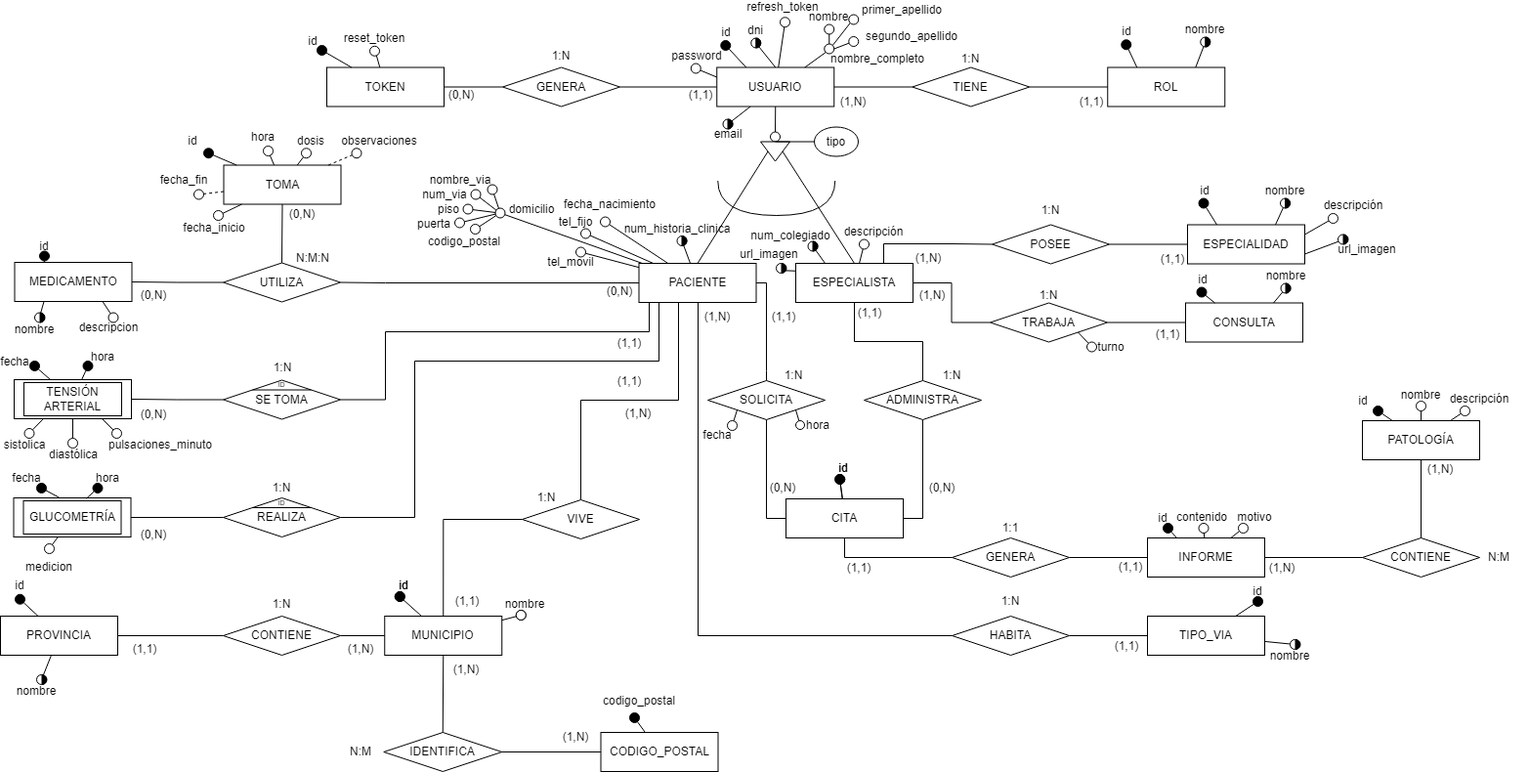
Above: database/Diagrama de Chen.png in BertoMP/app-fin-ciclo (draw.io), before the change. Source tidied: cells renumbered, new cells last; positions are measured from the earlier drawing's top-left corner, leaving out a move shared by most shapes.
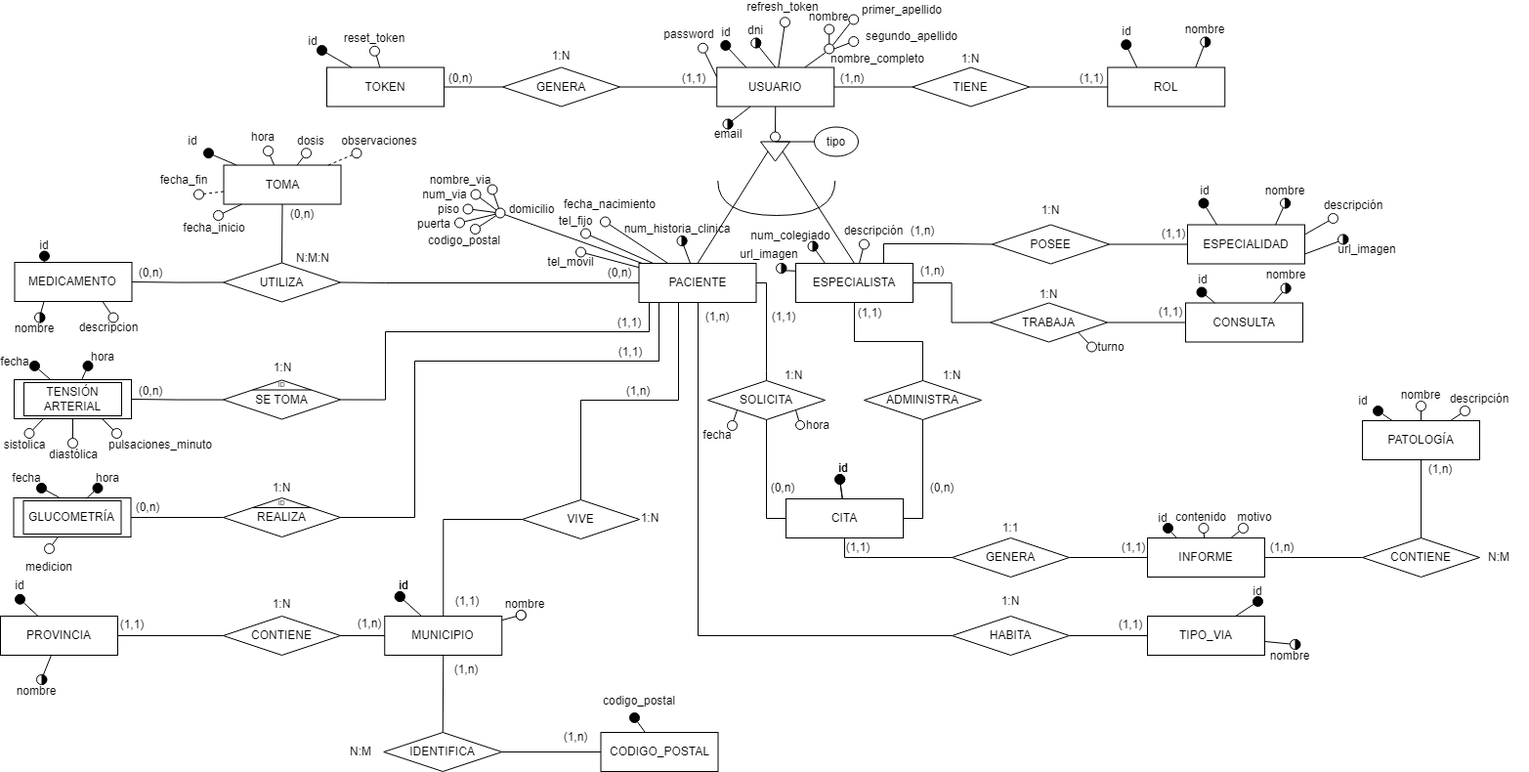
The same file after the commit.

Change to the diagram source:
```diff
@@ -98,11 +98,11 @@
     <mxCell id="33" value="nombre" style="text;html=1;align=center;verticalAlign=middle;whiteSpace=wrap;rounded=0;" parent="1" vertex="1">
       <mxGeometry x="1223.2" y="23.5" width="20" height="10" as="geometry" />
     </mxCell>
-    <mxCell id="34" value="(1,N)" style="text;html=1;align=center;verticalAlign=middle;whiteSpace=wrap;rounded=0;" parent="1" vertex="1">
-      <mxGeometry x="843.2" y="87.5" width="60" height="30" as="geometry" />
+    <mxCell id="34" value="(1,n)" style="text;html=1;align=center;verticalAlign=middle;whiteSpace=wrap;rounded=0;" parent="1" vertex="1">
+      <mxGeometry x="841.5" y="63.5" width="60" height="30" as="geometry" />
     </mxCell>
     <mxCell id="35" value="(1,1)" style="text;html=1;align=center;verticalAlign=middle;whiteSpace=wrap;rounded=0;" parent="1" vertex="1">
-      <mxGeometry x="1087.2" y="87.5" width="60" height="30" as="geometry" />
+      <mxGeometry x="1087" y="63.5" width="60" height="30" as="geometry" />
     </mxCell>
     <mxCell id="36" value="1:N" style="text;html=1;align=center;verticalAlign=middle;whiteSpace=wrap;rounded=0;" parent="1" vertex="1">
       <mxGeometry x="963.2" y="43.5" width="60" height="30" as="geometry" />
@@ -223,10 +223,10 @@
       <mxGeometry x="1222.5" y="188.5" width="20" height="10" as="geometry" />
     </mxCell>
     <mxCell id="62" value="(1,1)" style="text;html=1;align=center;verticalAlign=middle;whiteSpace=wrap;rounded=0;" parent="1" vertex="1">
-      <mxGeometry x="1170" y="248.5" width="60" height="30" as="geometry" />
+      <mxGeometry x="1170.8" y="223" width="60" height="30" as="geometry" />
     </mxCell>
-    <mxCell id="63" value="(1,N)" style="text;html=1;align=center;verticalAlign=middle;whiteSpace=wrap;rounded=0;" parent="1" vertex="1">
-      <mxGeometry x="920" y="248" width="60" height="30" as="geometry" />
+    <mxCell id="63" value="(1,n)" style="text;html=1;align=center;verticalAlign=middle;whiteSpace=wrap;rounded=0;" parent="1" vertex="1">
+      <mxGeometry x="914" y="220.5" width="60" height="30" as="geometry" />
     </mxCell>
     <mxCell id="64" value="1:N" style="text;html=1;align=center;verticalAlign=middle;whiteSpace=wrap;rounded=0;" parent="1" vertex="1">
       <mxGeometry x="1045" y="198.5" width="60" height="30" as="geometry" />
@@ -265,10 +265,10 @@
       <mxGeometry relative="1" as="geometry" />
     </mxCell>
     <mxCell id="76" style="ellipse;whiteSpace=wrap;html=1;" parent="1" vertex="1">
-      <mxGeometry x="706.8" y="63.5" width="10" height="10" as="geometry" />
+      <mxGeometry x="714" y="42.8" width="10" height="10" as="geometry" />
     </mxCell>
     <mxCell id="77" value="password" style="text;html=1;align=center;verticalAlign=middle;whiteSpace=wrap;rounded=0;" parent="1" vertex="1">
-      <mxGeometry x="702.8" y="50.5" width="20" height="10" as="geometry" />
+      <mxGeometry x="695" y="29" width="20" height="10" as="geometry" />
     </mxCell>
     <mxCell id="78" style="endArrow=none;html=1;rounded=0;entryX=0.5;entryY=0;entryDx=0;entryDy=0;entryPerimeter=0;" parent="1" edge="1" source="3" target="80">
       <mxGeometry relative="1" as="geometry" />
@@ -408,11 +408,11 @@
     <mxCell id="123" value="1:N" style="text;html=1;align=center;verticalAlign=middle;whiteSpace=wrap;rounded=0;" parent="1" vertex="1">
       <mxGeometry x="1043" y="285.5" width="60" height="30" as="geometry" />
     </mxCell>
-    <mxCell id="124" value="(1,N)" style="text;html=1;align=center;verticalAlign=middle;whiteSpace=wrap;rounded=0;" parent="1" vertex="1">
-      <mxGeometry x="924" y="285.5" width="60" height="30" as="geometry" />
+    <mxCell id="124" value="(1,n)" style="text;html=1;align=center;verticalAlign=middle;whiteSpace=wrap;rounded=0;" parent="1" vertex="1">
+      <mxGeometry x="924" y="261" width="60" height="30" as="geometry" />
     </mxCell>
     <mxCell id="125" value="(1,1)" style="text;html=1;align=center;verticalAlign=middle;whiteSpace=wrap;rounded=0;" parent="1" vertex="1">
-      <mxGeometry x="1164.5" y="326" width="60" height="30" as="geometry" />
+      <mxGeometry x="1168.2" y="302.5" width="60" height="30" as="geometry" />
     </mxCell>
     <mxCell id="126" style="endArrow=none;html=1;rounded=0;exitX=0.25;exitY=0;exitDx=0;exitDy=0;" parent="1" edge="1" source="120" target="127">
       <mxGeometry relative="1" as="geometry" />
@@ -464,7 +464,7 @@
         <mxPoint x="933.9" y="498" as="targetPoint" />
       </mxGeometry>
     </mxCell>
-    <mxCell id="142" value="(0,N)" style="text;html=1;align=center;verticalAlign=middle;whiteSpace=wrap;rounded=0;" parent="1" vertex="1">
+    <mxCell id="142" value="(0,n)" style="text;html=1;align=center;verticalAlign=middle;whiteSpace=wrap;rounded=0;" parent="1" vertex="1">
       <mxGeometry x="934" y="483" width="60" height="30" as="geometry" />
     </mxCell>
     <mxCell id="143" value="1:N" style="text;html=1;align=center;verticalAlign=middle;whiteSpace=wrap;rounded=0;" parent="1" vertex="1">
@@ -479,7 +479,7 @@
     <mxCell id="146" value="(1,1)" style="text;html=1;align=center;verticalAlign=middle;whiteSpace=wrap;rounded=0;" parent="1" vertex="1">
       <mxGeometry x="772" y="308" width="60" height="30" as="geometry" />
     </mxCell>
-    <mxCell id="147" value="(0,N)" style="text;html=1;align=center;verticalAlign=middle;whiteSpace=wrap;rounded=0;" parent="1" vertex="1">
+    <mxCell id="147" value="(0,n)" style="text;html=1;align=center;verticalAlign=middle;whiteSpace=wrap;rounded=0;" parent="1" vertex="1">
       <mxGeometry x="770.8" y="483" width="60" height="30" as="geometry" />
     </mxCell>
     <mxCell id="148" value="1:N" style="text;html=1;align=center;verticalAlign=middle;whiteSpace=wrap;rounded=0;" parent="1" vertex="1">
@@ -522,10 +522,10 @@
       <mxGeometry x="1174" y="549" width="120" height="40" as="geometry" />
     </mxCell>
     <mxCell id="161" value="(1,1)" style="text;html=1;align=center;verticalAlign=middle;whiteSpace=wrap;rounded=0;" parent="1" vertex="1">
-      <mxGeometry x="849" y="565" width="60" height="30" as="geometry" />
+      <mxGeometry x="848.2" y="544" width="60" height="30" as="geometry" />
     </mxCell>
     <mxCell id="162" value="(1,1)" style="text;html=1;align=center;verticalAlign=middle;whiteSpace=wrap;rounded=0;" parent="1" vertex="1">
-      <mxGeometry x="1127" y="564" width="60" height="30" as="geometry" />
+      <mxGeometry x="1130" y="544" width="60" height="30" as="geometry" />
     </mxCell>
     <mxCell id="163" value="1:1" style="text;html=1;align=center;verticalAlign=middle;whiteSpace=wrap;rounded=0;" parent="1" vertex="1">
       <mxGeometry x="1004" y="524" width="60" height="30" as="geometry" />
@@ -566,29 +566,29 @@
     <mxCell id="175" value="MEDICAMENTO" style="rounded=0;whiteSpace=wrap;html=1;" parent="1" vertex="1">
       <mxGeometry x="14.5" y="267" width="120" height="40" as="geometry" />
     </mxCell>
-    <mxCell id="176" value="(0,N)" style="text;html=1;align=center;verticalAlign=middle;whiteSpace=wrap;rounded=0;" parent="1" vertex="1">
-      <mxGeometry x="127" y="530.5" width="60" height="30" as="geometry" />
+    <mxCell id="176" value="(0,n)" style="text;html=1;align=center;verticalAlign=middle;whiteSpace=wrap;rounded=0;" parent="1" vertex="1">
+      <mxGeometry x="120.5" y="503" width="60" height="30" as="geometry" />
     </mxCell>
     <mxCell id="177" value="(1,1)" style="text;html=1;align=center;verticalAlign=middle;whiteSpace=wrap;rounded=0;" parent="1" vertex="1">
-      <mxGeometry x="614" y="374" width="60" height="30" as="geometry" />
+      <mxGeometry x="614.5" y="343.5" width="60" height="30" as="geometry" />
     </mxCell>
     <mxCell id="178" value="1:N" style="text;html=1;align=center;verticalAlign=middle;whiteSpace=wrap;rounded=0;" parent="1" vertex="1">
       <mxGeometry x="258" y="483" width="60" height="30" as="geometry" />
     </mxCell>
-    <mxCell id="179" value="(0,N)" style="text;html=1;align=center;verticalAlign=middle;whiteSpace=wrap;rounded=0;" parent="1" vertex="1">
-      <mxGeometry x="127" y="408" width="60" height="30" as="geometry" />
+    <mxCell id="179" value="(0,n)" style="text;html=1;align=center;verticalAlign=middle;whiteSpace=wrap;rounded=0;" parent="1" vertex="1">
+      <mxGeometry x="123.5" y="384" width="60" height="30" as="geometry" />
     </mxCell>
     <mxCell id="180" value="(1,1)" style="text;html=1;align=center;verticalAlign=middle;whiteSpace=wrap;rounded=0;" parent="1" vertex="1">
-      <mxGeometry x="614" y="335" width="60" height="30" as="geometry" />
+      <mxGeometry x="614" y="313.5" width="60" height="30" as="geometry" />
     </mxCell>
     <mxCell id="181" value="1:N" style="text;html=1;align=center;verticalAlign=middle;whiteSpace=wrap;rounded=0;" parent="1" vertex="1">
       <mxGeometry x="258.5" y="360" width="60" height="30" as="geometry" />
     </mxCell>
-    <mxCell id="182" value="(0,N)" style="text;html=1;align=center;verticalAlign=middle;whiteSpace=wrap;rounded=0;" parent="1" vertex="1">
-      <mxGeometry x="127" y="285.5" width="60" height="30" as="geometry" />
+    <mxCell id="182" value="(0,n)" style="text;html=1;align=center;verticalAlign=middle;whiteSpace=wrap;rounded=0;" parent="1" vertex="1">
+      <mxGeometry x="123.5" y="262.5" width="60" height="30" as="geometry" />
     </mxCell>
-    <mxCell id="183" value="(0,N)" style="text;html=1;align=center;verticalAlign=middle;whiteSpace=wrap;rounded=0;" parent="1" vertex="1">
-      <mxGeometry x="604" y="282" width="60" height="30" as="geometry" />
+    <mxCell id="183" value="(0,n)" style="text;html=1;align=center;verticalAlign=middle;whiteSpace=wrap;rounded=0;" parent="1" vertex="1">
+      <mxGeometry x="604" y="262.5" width="60" height="30" as="geometry" />
     </mxCell>
     <mxCell id="184" value="N:M:N" style="text;html=1;align=center;verticalAlign=middle;whiteSpace=wrap;rounded=0;" parent="1" vertex="1">
       <mxGeometry x="290" y="247.5" width="60" height="30" as="geometry" />
@@ -759,11 +759,11 @@
     <mxCell id="238" value="GENERA" style="rhombus;whiteSpace=wrap;html=1;" parent="1" vertex="1">
       <mxGeometry x="514" y="67.5" width="120" height="40" as="geometry" />
     </mxCell>
-    <mxCell id="239" value="(0,N)" style="text;html=1;align=center;verticalAlign=middle;whiteSpace=wrap;rounded=0;" parent="1" vertex="1">
-      <mxGeometry x="441.5" y="81" width="60" height="30" as="geometry" />
+    <mxCell id="239" value="(0,n)" style="text;html=1;align=center;verticalAlign=middle;whiteSpace=wrap;rounded=0;" parent="1" vertex="1">
+      <mxGeometry x="440.5" y="63.5" width="60" height="30" as="geometry" />
     </mxCell>
     <mxCell id="240" value="(1,1)" style="text;html=1;align=center;verticalAlign=middle;whiteSpace=wrap;rounded=0;" parent="1" vertex="1">
-      <mxGeometry x="687.2" y="81" width="60" height="30" as="geometry" />
+      <mxGeometry x="679.5" y="63.5" width="60" height="30" as="geometry" />
     </mxCell>
     <mxCell id="241" value="1:N" style="text;html=1;align=center;verticalAlign=middle;whiteSpace=wrap;rounded=0;" parent="1" vertex="1">
       <mxGeometry x="544" y="40.5" width="60" height="30" as="geometry" />
@@ -798,20 +798,20 @@
     <mxCell id="251" value="VIVE" style="rhombus;whiteSpace=wrap;html=1;" parent="1" vertex="1">
       <mxGeometry x="534" y="510" width="120" height="40" as="geometry" />
     </mxCell>
-    <mxCell id="252" value="(1,N)" style="text;html=1;align=center;verticalAlign=middle;whiteSpace=wrap;rounded=0;" parent="1" vertex="1">
-      <mxGeometry x="622.5" y="406.5" width="60" height="30" as="geometry" />
+    <mxCell id="252" value="(1,n)" style="text;html=1;align=center;verticalAlign=middle;whiteSpace=wrap;rounded=0;" parent="1" vertex="1">
+      <mxGeometry x="622.5" y="384" width="60" height="30" as="geometry" />
     </mxCell>
     <mxCell id="253" value="(1,1)" style="text;html=1;align=center;verticalAlign=middle;whiteSpace=wrap;rounded=0;" parent="1" vertex="1">
       <mxGeometry x="447.8" y="599" width="60" height="30" as="geometry" />
     </mxCell>
-    <mxCell id="254" value="(1,N)" style="text;html=1;align=center;verticalAlign=middle;whiteSpace=wrap;rounded=0;" parent="1" vertex="1">
-      <mxGeometry x="339" y="648" width="60" height="30" as="geometry" />
+    <mxCell id="254" value="(1,n)" style="text;html=1;align=center;verticalAlign=middle;whiteSpace=wrap;rounded=0;" parent="1" vertex="1">
+      <mxGeometry x="348" y="622" width="60" height="30" as="geometry" />
     </mxCell>
     <mxCell id="255" value="(1,1)" style="text;html=1;align=center;verticalAlign=middle;whiteSpace=wrap;rounded=0;" parent="1" vertex="1">
-      <mxGeometry x="118" y="648" width="60" height="30" as="geometry" />
+      <mxGeometry x="104.5" y="623" width="60" height="30" as="geometry" />
     </mxCell>
     <mxCell id="256" value="1:N" style="text;html=1;align=center;verticalAlign=middle;whiteSpace=wrap;rounded=0;" parent="1" vertex="1">
-      <mxGeometry x="529" y="493" width="60" height="30" as="geometry" />
+      <mxGeometry x="635" y="514" width="60" height="30" as="geometry" />
     </mxCell>
     <mxCell id="257" value="1:N" style="text;html=1;align=center;verticalAlign=middle;whiteSpace=wrap;rounded=0;" parent="1" vertex="1">
       <mxGeometry x="258" y="602" width="60" height="30" as="geometry" />
@@ -886,9 +886,9 @@
       <mxGeometry x="1323" y="655.5" width="10" height="5" as="geometry" />
     </mxCell>
     <mxCell id="281" value="(1,1)" style="text;html=1;align=center;verticalAlign=middle;whiteSpace=wrap;rounded=0;" parent="1" vertex="1">
-      <mxGeometry x="1123.2" y="645" width="60" height="30" as="geometry" />
+      <mxGeometry x="1127" y="623" width="60" height="30" as="geometry" />
     </mxCell>
-    <mxCell id="282" value="(1,N)" style="text;html=1;align=center;verticalAlign=middle;whiteSpace=wrap;rounded=0;" parent="1" vertex="1">
+    <mxCell id="282" value="(1,n)" style="text;html=1;align=center;verticalAlign=middle;whiteSpace=wrap;rounded=0;" parent="1" vertex="1">
       <mxGeometry x="704" y="307.5" width="60" height="30" as="geometry" />
     </mxCell>
     <mxCell id="283" value="1:N" style="text;html=1;align=center;verticalAlign=middle;whiteSpace=wrap;rounded=0;" parent="1" vertex="1">
@@ -915,10 +915,10 @@
     <mxCell id="290" value="CODIGO_POSTAL" style="rounded=0;whiteSpace=wrap;html=1;" parent="1" vertex="1">
       <mxGeometry x="614.5" y="748" width="120" height="40" as="geometry" />
     </mxCell>
-    <mxCell id="291" value="(1,N)" style="text;html=1;align=center;verticalAlign=middle;whiteSpace=wrap;rounded=0;" parent="1" vertex="1">
+    <mxCell id="291" value="(1,n)" style="text;html=1;align=center;verticalAlign=middle;whiteSpace=wrap;rounded=0;" parent="1" vertex="1">
       <mxGeometry x="446.5" y="669" width="60" height="30" as="geometry" />
     </mxCell>
-    <mxCell id="292" value="(1,N)" style="text;html=1;align=center;verticalAlign=middle;whiteSpace=wrap;rounded=0;" parent="1" vertex="1">
+    <mxCell id="292" value="(1,n)" style="text;html=1;align=center;verticalAlign=middle;whiteSpace=wrap;rounded=0;" parent="1" vertex="1">
       <mxGeometry x="559" y="738" width="60" height="30" as="geometry" />
     </mxCell>
     <mxCell id="293" value="N:M" style="text;html=1;align=center;verticalAlign=middle;whiteSpace=wrap;rounded=0;" parent="1" vertex="1">
@@ -984,7 +984,7 @@
     <mxCell id="313" value="dosis" style="text;html=1;align=center;verticalAlign=middle;whiteSpace=wrap;rounded=0;" parent="1" vertex="1">
       <mxGeometry x="308" y="138" width="20" height="10" as="geometry" />
     </mxCell>
-    <mxCell id="314" value="(0,N)" style="text;html=1;align=center;verticalAlign=middle;whiteSpace=wrap;rounded=0;" parent="1" vertex="1">
+    <mxCell id="314" value="(0,n)" style="text;html=1;align=center;verticalAlign=middle;whiteSpace=wrap;rounded=0;" parent="1" vertex="1">
       <mxGeometry x="279" y="202.5" width="60" height="30" as="geometry" />
     </mxCell>
     <mxCell id="315" value="CONTIENE" style="rhombus;whiteSpace=wrap;html=1;" parent="1" vertex="1">
@@ -1026,10 +1026,10 @@
     <mxCell id="327" value="descripción" style="text;html=1;align=center;verticalAlign=middle;whiteSpace=wrap;rounded=0;" parent="1" vertex="1">
       <mxGeometry x="1504" y="404" width="20" height="5" as="geometry" />
     </mxCell>
-    <mxCell id="328" value="(1,N)" style="text;html=1;align=center;verticalAlign=middle;whiteSpace=wrap;rounded=0;" parent="1" vertex="1">
-      <mxGeometry x="1282" y="565" width="60" height="30" as="geometry" />
+    <mxCell id="328" value="(1,n)" style="text;html=1;align=center;verticalAlign=middle;whiteSpace=wrap;rounded=0;" parent="1" vertex="1">
+      <mxGeometry x="1282" y="544" width="60" height="30" as="geometry" />
     </mxCell>
-    <mxCell id="329" value="(1,N)" style="text;html=1;align=center;verticalAlign=middle;whiteSpace=wrap;rounded=0;" parent="1" vertex="1">
+    <mxCell id="329" value="(1,n)" style="text;html=1;align=center;verticalAlign=middle;whiteSpace=wrap;rounded=0;" parent="1" vertex="1">
       <mxGeometry x="1444" y="464" width="60" height="30" as="geometry" />
     </mxCell>
     <mxCell id="330" value="N:M" style="text;html=1;align=center;verticalAlign=middle;whiteSpace=wrap;rounded=0;" parent="1" vertex="1">
```
